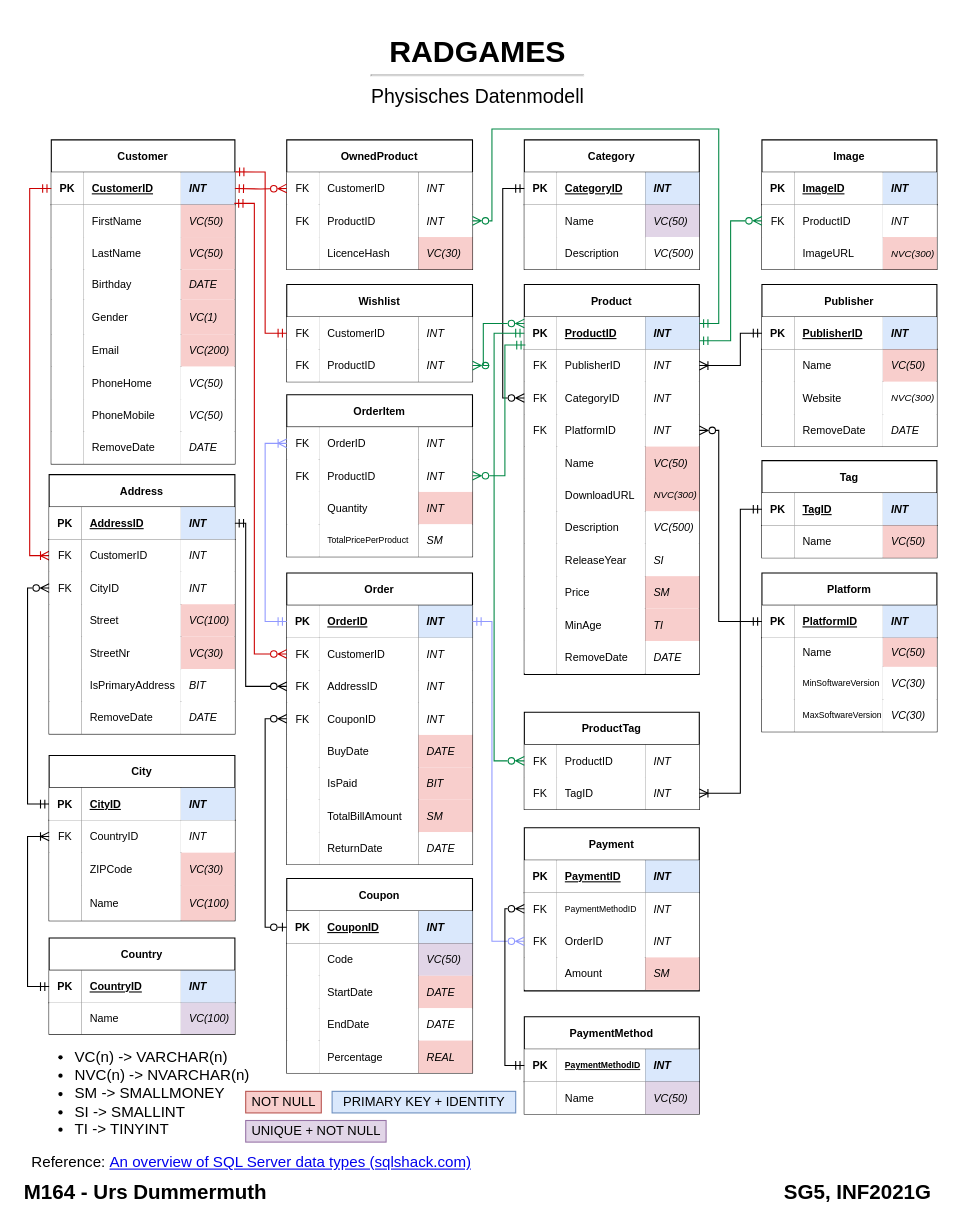
This is page "Physisch" (3 of 3) of Konzepte/Datenmodell.drawio from TD99/gibb-m164, a draw.io file, before an edit. Source tidied: cells renumbered, new cells numbered last; positions are measured from the earlier drawing's top-left corner, leaving out a move shared by most shapes. Both pictures are drawn from the tidied source at 108%, with x=0, y=0 at pixel (18, 29).
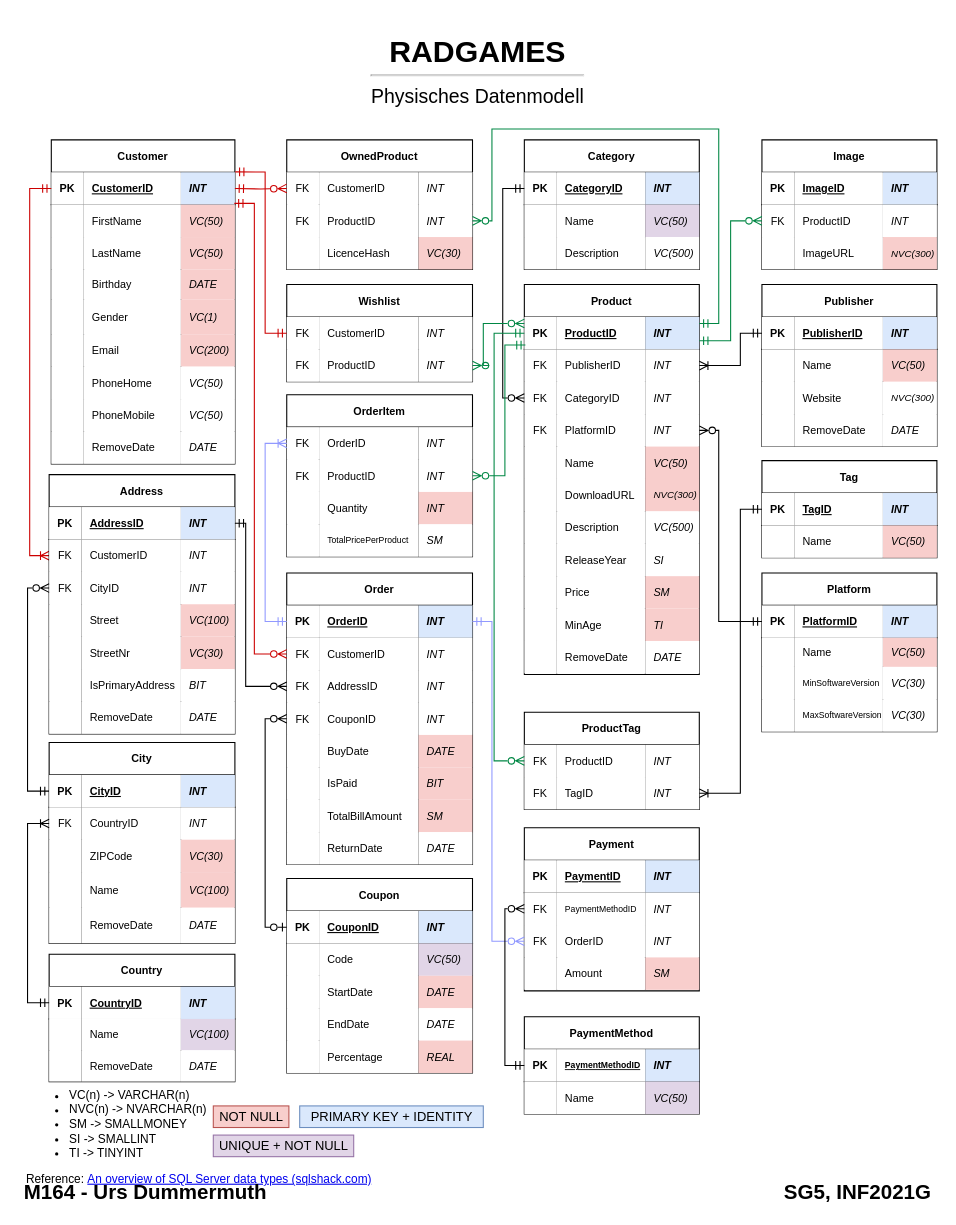
Above is the later version.

Diff of the diagram source:
```diff
@@
-    <mxCell id="2" value="&lt;ul style=&quot;font-size: 14px&quot;&gt;&lt;li style=&quot;font-size: 14px&quot;&gt;&lt;span&gt;VC(n) -&amp;gt; VARCHAR(n)&lt;/span&gt;&lt;/li&gt;&lt;li style=&quot;font-size: 14px&quot;&gt;&lt;span&gt;NVC(n) -&amp;gt; NVARCHAR(n)&lt;/span&gt;&lt;/li&gt;&lt;li style=&quot;font-size: 14px&quot;&gt;&lt;span&gt;SM -&amp;gt; SMALLMONEY&lt;/span&gt;&lt;/li&gt;&lt;li style=&quot;font-size: 14px&quot;&gt;&lt;span&gt;SI -&amp;gt; SMALLINT&lt;/span&gt;&lt;/li&gt;&lt;li style=&quot;font-size: 14px&quot;&gt;&lt;span&gt;TI -&amp;gt; TINYINT&lt;/span&gt;&lt;/li&gt;&lt;/ul&gt;Reference:&amp;nbsp;&lt;a href=&quot;https://www.sqlshack.com/an-overview-of-sql-server-data-types/&quot;&gt;An overview of SQL Server data types (sqlshack.com)&lt;/a&gt;" style="text;strokeColor=none;fillColor=none;html=1;whiteSpace=wrap;verticalAlign=middle;overflow=hidden;fontSize=14;" parent="1" vertex="1">
-      <mxGeometry x="10" y="926" width="420" height="134" as="geometry" />
+    <mxCell id="2" value="&lt;ul style=&quot;font-size: 11px;&quot;&gt;&lt;li style=&quot;font-size: 11px;&quot;&gt;&lt;font style=&quot;font-size: 11px;&quot;&gt;VC(n) -&amp;gt; VARCHAR(n)&lt;/font&gt;&lt;/li&gt;&lt;li style=&quot;font-size: 11px;&quot;&gt;&lt;font style=&quot;font-size: 11px;&quot;&gt;NVC(n) -&amp;gt; NVARCHAR(n)&lt;/font&gt;&lt;/li&gt;&lt;li style=&quot;font-size: 11px;&quot;&gt;&lt;font style=&quot;font-size: 11px;&quot;&gt;SM -&amp;gt; SMALLMONEY&lt;/font&gt;&lt;/li&gt;&lt;li style=&quot;font-size: 11px;&quot;&gt;&lt;font style=&quot;font-size: 11px;&quot;&gt;SI -&amp;gt; SMALLINT&lt;/font&gt;&lt;/li&gt;&lt;li style=&quot;font-size: 11px;&quot;&gt;&lt;font style=&quot;font-size: 11px;&quot;&gt;TI -&amp;gt; TINYINT&lt;/font&gt;&lt;/li&gt;&lt;/ul&gt;&lt;font style=&quot;font-size: 11px;&quot;&gt;Reference:&amp;nbsp;&lt;a href=&quot;https://www.sqlshack.com/an-overview-of-sql-server-data-types/&quot; style=&quot;font-size: 11px;&quot;&gt;An overview of SQL Server data types (sqlshack.com)&lt;/a&gt;&lt;/font&gt;" style="text;strokeColor=none;fillColor=none;html=1;whiteSpace=wrap;verticalAlign=middle;overflow=hidden;fontSize=11;" parent="1" vertex="1">
+      <mxGeometry x="5" y="953" width="420" height="134" as="geometry" />
     </mxCell>
@@
     <mxCell id="73" value="Country" style="shape=table;startSize=30;childLayout=tableLayout;rowLines=0;fontStyle=1;align=center;fontSize=10;fillColor=default;" parent="1" vertex="1">
-      <mxGeometry x="28" y="841" width="172" height="89" as="geometry" />
+      <mxGeometry x="28" y="856" width="172" height="118" as="geometry" />
     </mxCell>
@@
+    <mxCell id="363" style="shape=tableRow;horizontal=0;startSize=0;swimlaneHead=0;swimlaneBody=0;fillColor=none;top=0;left=0;right=0;bottom=0;fontSize=10;" parent="73" vertex="1">
+      <mxGeometry y="89" width="172" height="29" as="geometry" />
+    </mxCell>
+    <mxCell id="364" style="shape=partialRectangle;fillColor=default;top=0;left=0;bottom=0;right=0;overflow=hidden;fontSize=10;" parent="363" vertex="1">
+      <mxGeometry width="30" height="29" as="geometry" />
+    </mxCell>
+    <mxCell id="365" value="RemoveDate" style="shape=partialRectangle;fillColor=default;top=0;left=0;bottom=0;right=0;align=left;spacingLeft=6;overflow=hidden;fontSize=10;" parent="363" vertex="1">
+      <mxGeometry x="30" width="92" height="29" as="geometry" />
+    </mxCell>
+    <mxCell id="366" value="DATE" style="shape=partialRectangle;top=0;left=0;bottom=0;right=0;align=left;spacingLeft=6;overflow=hidden;fontSize=10;fontStyle=2;" parent="363" vertex="1">
+      <mxGeometry x="122" width="50" height="29" as="geometry" />
+    </mxCell>
@@
     <mxCell id="250" value="City" style="shape=table;startSize=30;childLayout=tableLayout;rowLines=0;fontStyle=1;align=center;fontSize=10;fillColor=default;" parent="1" vertex="1">
-      <mxGeometry x="28" y="672" width="172" height="153" as="geometry" />
+      <mxGeometry x="28" y="660" width="172" height="186" as="geometry" />
     </mxCell>
@@
+    <mxCell id="367" style="shape=tableRow;horizontal=0;startSize=0;swimlaneHead=0;swimlaneBody=0;fillColor=none;top=0;left=0;right=0;bottom=0;fontSize=10;" parent="250" vertex="1">
+      <mxGeometry y="153" width="172" height="33" as="geometry" />
+    </mxCell>
+    <mxCell id="368" style="shape=partialRectangle;fillColor=default;top=0;left=0;bottom=0;right=0;overflow=hidden;fontSize=10;" parent="367" vertex="1">
+      <mxGeometry width="30" height="33" as="geometry" />
+    </mxCell>
+    <mxCell id="369" value="RemoveDate" style="shape=partialRectangle;fillColor=default;top=0;left=0;bottom=0;right=0;align=left;spacingLeft=6;overflow=hidden;fontSize=10;" parent="367" vertex="1">
+      <mxGeometry x="30" width="92" height="33" as="geometry" />
+    </mxCell>
+    <mxCell id="370" value="DATE" style="shape=partialRectangle;fillColor=#FFFFFF;top=0;left=0;bottom=0;right=0;align=left;spacingLeft=6;overflow=hidden;fontSize=10;fontStyle=2;strokeColor=#b85450;" parent="367" vertex="1">
+      <mxGeometry x="122" width="50" height="33" as="geometry" />
+    </mxCell>
@@
     <mxCell id="360" value="NOT NULL" style="text;html=1;align=center;verticalAlign=middle;strokeColor=#b85450;fillColor=#f8cecc;" parent="1" vertex="1">
-      <mxGeometry x="210" y="983" width="70" height="20" as="geometry" />
+      <mxGeometry x="180" y="996.5" width="70" height="20" as="geometry" />
     </mxCell>
     <mxCell id="361" value="UNIQUE + NOT NULL" style="text;html=1;align=center;verticalAlign=middle;strokeColor=#9673a6;fillColor=#e1d5e7;" parent="1" vertex="1">
-      <mxGeometry x="210" y="1010" width="130" height="20" as="geometry" />
+      <mxGeometry x="180" y="1023.5" width="130" height="20" as="geometry" />
     </mxCell>
     <mxCell id="362" value="PRIMARY KEY + IDENTITY" style="text;html=1;align=center;verticalAlign=middle;strokeColor=#6c8ebf;fillColor=#dae8fc;" parent="1" vertex="1">
-      <mxGeometry x="290" y="983" width="170" height="20" as="geometry" />
+      <mxGeometry x="260" y="996.5" width="170" height="20" as="geometry" />
     </mxCell>
```
